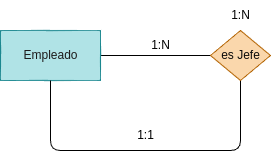
The draw.io diagram tareas/tarea-3/images/ejercicio15.drawio.png in betancorge/base-datos-2, before a commit. Source tidied: cells renumbered, new cells last; positions are measured from the earlier drawing's top-left corner, leaving out a move shared by most shapes. The source it was exported from:
```xml
<mxGraphModel>
  <root>
    <mxCell id="0" />
    <mxCell id="1" parent="0" />
    <mxCell id="2" style="edgeStyle=none;html=1;entryX=0;entryY=0.5;entryDx=0;entryDy=0;endArrow=none;endFill=0;" parent="1" edge="1" source="3" target="5">
      <mxGeometry relative="1" as="geometry" />
    </mxCell>
    <mxCell id="3" value="&lt;font color=&quot;#1d1b1b&quot;&gt;Empleado&lt;/font&gt;" style="html=1;dashed=0;whitespace=wrap;fillColor=#b0e3e6;strokeColor=#0e8088;" parent="1" vertex="1">
      <mxGeometry y="30" width="100" height="50" as="geometry" />
    </mxCell>
    <mxCell id="4" style="edgeStyle=none;html=1;entryX=0.5;entryY=1;entryDx=0;entryDy=0;endArrow=none;endFill=0;" parent="1" edge="1" source="5" target="3">
      <mxGeometry relative="1" as="geometry">
        <Array as="points">
          <mxPoint x="240" y="150" />
          <mxPoint x="50" y="150" />
        </Array>
      </mxGeometry>
    </mxCell>
    <mxCell id="5" value="&lt;font color=&quot;#0a0a0a&quot;&gt;es Jefe&lt;/font&gt;" style="shape=rhombus;html=1;dashed=0;whitespace=wrap;perimeter=rhombusPerimeter;fillColor=#fad7ac;strokeColor=#b46504;" parent="1" vertex="1">
      <mxGeometry x="210" y="30" width="60" height="50" as="geometry" />
    </mxCell>
    <mxCell id="6" value="1:N" style="text;html=1;align=center;verticalAlign=middle;strokeColor=none;fillColor=none;" parent="1" vertex="1">
      <mxGeometry x="220" width="40" height="30" as="geometry" />
    </mxCell>
    <mxCell id="7" value="1:N" style="text;html=1;align=center;verticalAlign=middle;strokeColor=none;fillColor=none;" parent="1" vertex="1">
      <mxGeometry x="140" y="30" width="40" height="30" as="geometry" />
    </mxCell>
    <mxCell id="8" value="1:1" style="text;html=1;align=center;verticalAlign=middle;strokeColor=none;fillColor=none;" parent="1" vertex="1">
      <mxGeometry x="125" y="120" width="40" height="30" as="geometry" />
    </mxCell>
  </root>
</mxGraphModel>
```
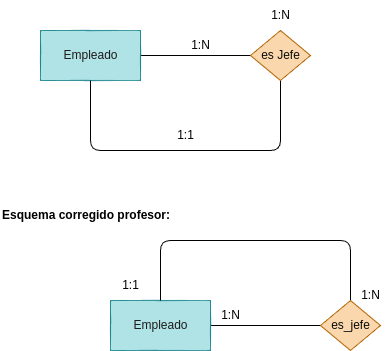
Above is the later version.

What changed in the source:
```diff
@@ -28,5 +28,36 @@
     <mxCell id="8" value="1:1" style="text;html=1;align=center;verticalAlign=middle;strokeColor=none;fillColor=none;" parent="1" vertex="1">
       <mxGeometry x="125" y="120" width="40" height="30" as="geometry" />
     </mxCell>
+    <mxCell id="9" style="edgeStyle=none;html=1;entryX=0;entryY=0.5;entryDx=0;entryDy=0;endArrow=none;endFill=0;" parent="1" edge="1" source="10" target="12">
+      <mxGeometry relative="1" as="geometry" />
+    </mxCell>
+    <mxCell id="10" value="&lt;font color=&quot;#1d1b1b&quot;&gt;Empleado&lt;/font&gt;" style="html=1;dashed=0;whitespace=wrap;fillColor=#b0e3e6;strokeColor=#0e8088;" parent="1" vertex="1">
+      <mxGeometry x="70" y="300" width="100" height="50" as="geometry" />
+    </mxCell>
+    <mxCell id="11" style="edgeStyle=none;html=1;endArrow=none;endFill=0;" parent="1" edge="1" source="12">
+      <mxGeometry relative="1" as="geometry">
+        <mxPoint x="120" y="300" as="targetPoint" />
+        <Array as="points">
+          <mxPoint x="310" y="240" />
+          <mxPoint x="210" y="240" />
+          <mxPoint x="120" y="240" />
+        </Array>
+      </mxGeometry>
+    </mxCell>
+    <mxCell id="12" value="&lt;font color=&quot;#0a0a0a&quot;&gt;es_jefe&lt;/font&gt;" style="shape=rhombus;html=1;dashed=0;whitespace=wrap;perimeter=rhombusPerimeter;fillColor=#fad7ac;strokeColor=#b46504;" parent="1" vertex="1">
+      <mxGeometry x="280" y="300" width="60" height="50" as="geometry" />
+    </mxCell>
+    <mxCell id="13" value="1:N" style="text;html=1;align=center;verticalAlign=middle;strokeColor=none;fillColor=none;" parent="1" vertex="1">
+      <mxGeometry x="170" y="300" width="40" height="30" as="geometry" />
+    </mxCell>
+    <mxCell id="14" value="1:1" style="text;html=1;align=center;verticalAlign=middle;strokeColor=none;fillColor=none;" parent="1" vertex="1">
+      <mxGeometry x="70" y="270" width="40" height="30" as="geometry" />
+    </mxCell>
+    <mxCell id="15" value="&lt;h1 style=&quot;margin-top: 0px;&quot;&gt;&lt;font style=&quot;font-size: 12px;&quot;&gt;Esquema corregido profesor:&lt;/font&gt;&lt;/h1&gt;" style="text;html=1;whiteSpace=wrap;overflow=hidden;rounded=0;" parent="1" vertex="1">
+      <mxGeometry x="-40" y="190" width="190" height="50" as="geometry" />
+    </mxCell>
+    <mxCell id="16" value="1:N" style="text;html=1;align=center;verticalAlign=middle;strokeColor=none;fillColor=none;" parent="1" vertex="1">
+      <mxGeometry x="310" y="280" width="40" height="30" as="geometry" />
+    </mxCell>
   </root>
 </mxGraphModel>
```
